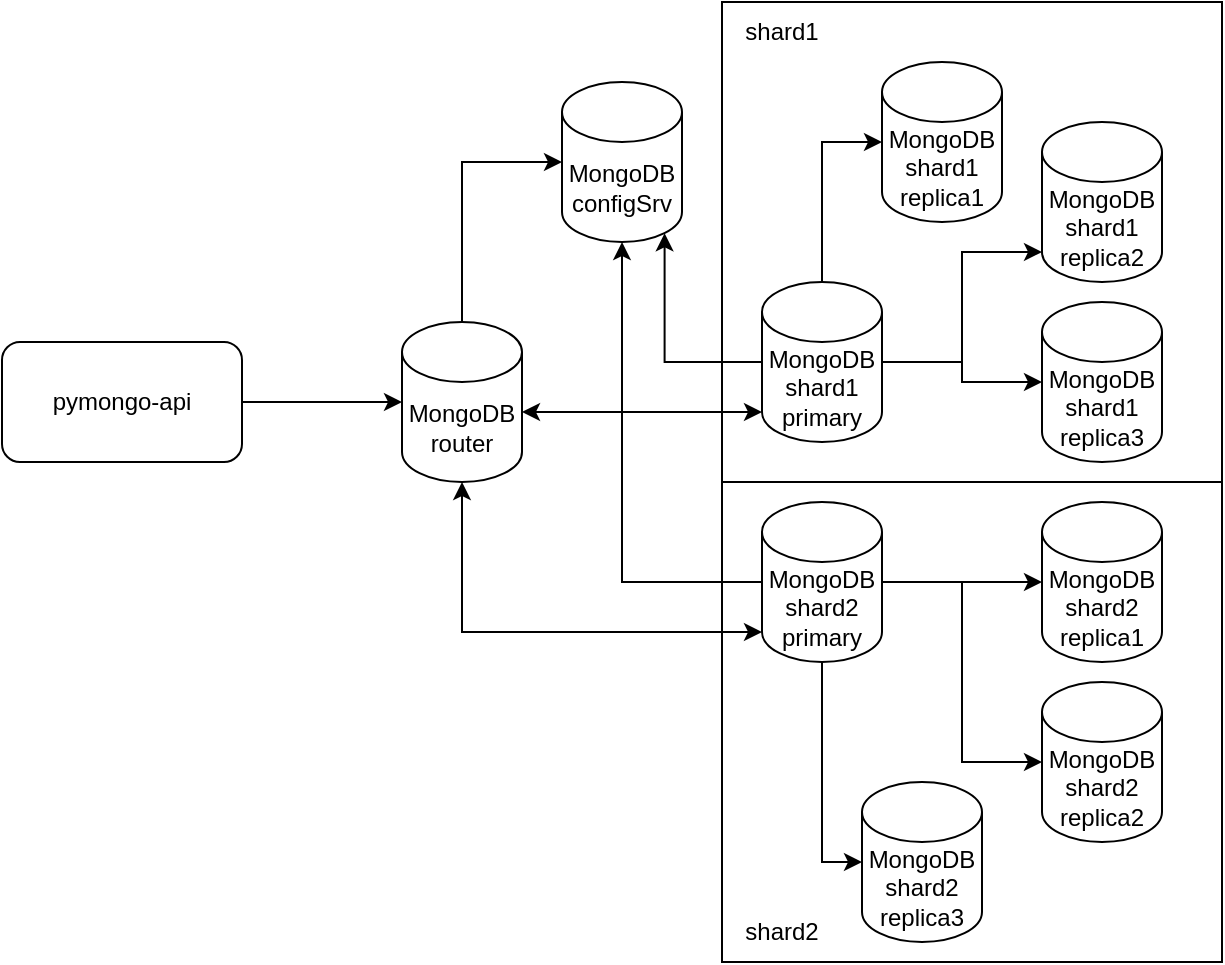
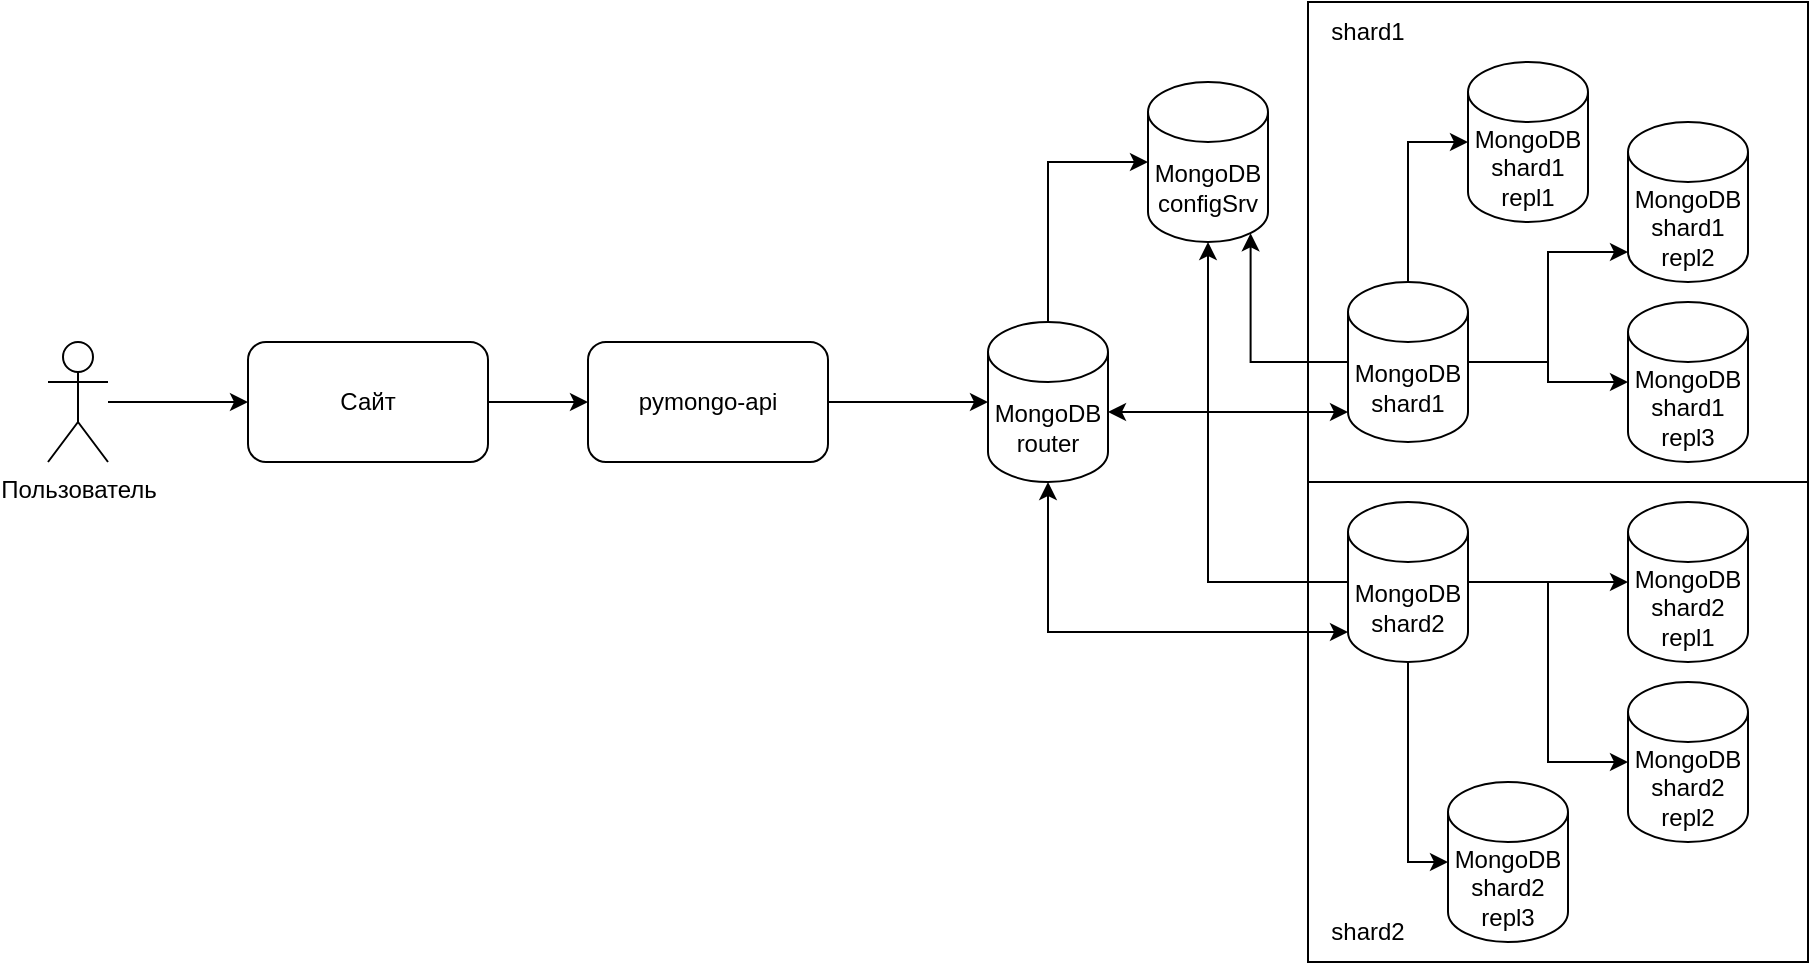
<mxfile host="app.diagrams.net" agent="Mozilla/5.0 (Macintosh; Intel Mac OS X 10_15_7) AppleWebKit/537.36 (KHTML, like Gecko) Chrome/134.0.0.0 YaBrowser/25.4.0.0 Safari/537.36" version="27.1.1">
  <diagram name="Page-1" id="-H_mtQnk-PTXWXPvYvuk">
    <mxGraphModel dx="786" dy="434" grid="1" gridSize="10" guides="1" tooltips="1" connect="1" arrows="1" fold="1" page="1" pageScale="1" pageWidth="1169" pageHeight="827" math="0" shadow="0">
      <root>
        <mxCell id="0" />
        <mxCell id="1" parent="0" />
-         <mxCell id="jXyv-CoIJQ1HQ3xbFtJq-2" value="" style="rounded=0;whiteSpace=wrap;html=1;" vertex="1" parent="1">
+         <mxCell id="jXyv-CoIJQ1HQ3xbFtJq-2" value="" style="rounded=0;whiteSpace=wrap;html=1;" parent="1" vertex="1">
          <mxGeometry x="720" y="360" width="250" height="240" as="geometry" />
        </mxCell>
-         <mxCell id="jXyv-CoIJQ1HQ3xbFtJq-1" value="" style="rounded=0;whiteSpace=wrap;html=1;" vertex="1" parent="1">
+         <mxCell id="jXyv-CoIJQ1HQ3xbFtJq-1" value="" style="rounded=0;whiteSpace=wrap;html=1;" parent="1" vertex="1">
          <mxGeometry x="720" y="120" width="250" height="240" as="geometry" />
        </mxCell>
        <mxCell id="zA23MoTUsTF4_91t8viU-2" value="MongoDB&lt;div&gt;router&lt;/div&gt;" style="shape=cylinder3;whiteSpace=wrap;html=1;boundedLbl=1;backgroundOutline=1;size=15;" parent="1" vertex="1">
          <mxGeometry x="560" y="280" width="60" height="80" as="geometry" />
        </mxCell>
        <mxCell id="zA23MoTUsTF4_91t8viU-3" value="pymongo-api" style="rounded=1;whiteSpace=wrap;html=1;" parent="1" vertex="1">
          <mxGeometry x="360" y="290" width="120" height="60" as="geometry" />
        </mxCell>
        <mxCell id="zA23MoTUsTF4_91t8viU-4" style="edgeStyle=orthogonalEdgeStyle;rounded=0;orthogonalLoop=1;jettySize=auto;html=1;exitX=1;exitY=0.5;exitDx=0;exitDy=0;entryX=0;entryY=0.5;entryDx=0;entryDy=0;entryPerimeter=0;" parent="1" source="zA23MoTUsTF4_91t8viU-3" target="zA23MoTUsTF4_91t8viU-2" edge="1">
          <mxGeometry relative="1" as="geometry" />
        </mxCell>
        <mxCell id="AVGbyAcTS6kZ9O5piN1C-1" value="MongoDB&lt;div&gt;configSrv&lt;/div&gt;" style="shape=cylinder3;whiteSpace=wrap;html=1;boundedLbl=1;backgroundOutline=1;size=15;" parent="1" vertex="1">
          <mxGeometry x="640" y="160" width="60" height="80" as="geometry" />
        </mxCell>
        <mxCell id="xZHQX0f48RQbcs6oGTOz-9" style="edgeStyle=orthogonalEdgeStyle;rounded=0;orthogonalLoop=1;jettySize=auto;html=1;" parent="1" source="AVGbyAcTS6kZ9O5piN1C-2" target="xZHQX0f48RQbcs6oGTOz-6" edge="1">
          <mxGeometry relative="1" as="geometry" />
        </mxCell>
-         <mxCell id="AVGbyAcTS6kZ9O5piN1C-2" value="MongoDB&lt;div&gt;shard1&lt;/div&gt;&lt;div&gt;primary&lt;/div&gt;" style="shape=cylinder3;whiteSpace=wrap;html=1;boundedLbl=1;backgroundOutline=1;size=15;" parent="1" vertex="1">
+         <mxCell id="AVGbyAcTS6kZ9O5piN1C-2" value="MongoDB&lt;div&gt;shard1&lt;/div&gt;" style="shape=cylinder3;whiteSpace=wrap;html=1;boundedLbl=1;backgroundOutline=1;size=15;" parent="1" vertex="1">
          <mxGeometry x="740" y="260" width="60" height="80" as="geometry" />
        </mxCell>
-         <mxCell id="AVGbyAcTS6kZ9O5piN1C-3" value="MongoDB&lt;div&gt;shard2&lt;/div&gt;&lt;div&gt;primary&lt;/div&gt;" style="shape=cylinder3;whiteSpace=wrap;html=1;boundedLbl=1;backgroundOutline=1;size=15;" parent="1" vertex="1">
+         <mxCell id="AVGbyAcTS6kZ9O5piN1C-3" value="MongoDB&lt;div&gt;shard2&lt;/div&gt;" style="shape=cylinder3;whiteSpace=wrap;html=1;boundedLbl=1;backgroundOutline=1;size=15;" parent="1" vertex="1">
          <mxGeometry x="740" y="370" width="60" height="80" as="geometry" />
        </mxCell>
        <mxCell id="AVGbyAcTS6kZ9O5piN1C-4" style="edgeStyle=orthogonalEdgeStyle;rounded=0;orthogonalLoop=1;jettySize=auto;html=1;entryX=0;entryY=0.5;entryDx=0;entryDy=0;entryPerimeter=0;exitX=0.5;exitY=0;exitDx=0;exitDy=0;exitPerimeter=0;" parent="1" source="zA23MoTUsTF4_91t8viU-2" target="AVGbyAcTS6kZ9O5piN1C-1" edge="1">
          <mxGeometry relative="1" as="geometry">
            <Array as="points">
              <mxPoint x="590" y="200" />
            </Array>
          </mxGeometry>
        </mxCell>
        <mxCell id="AVGbyAcTS6kZ9O5piN1C-5" style="edgeStyle=orthogonalEdgeStyle;rounded=0;orthogonalLoop=1;jettySize=auto;html=1;entryX=0.855;entryY=1;entryDx=0;entryDy=-4.35;entryPerimeter=0;" parent="1" source="AVGbyAcTS6kZ9O5piN1C-2" target="AVGbyAcTS6kZ9O5piN1C-1" edge="1">
          <mxGeometry relative="1" as="geometry" />
        </mxCell>
        <mxCell id="AVGbyAcTS6kZ9O5piN1C-6" style="edgeStyle=orthogonalEdgeStyle;rounded=0;orthogonalLoop=1;jettySize=auto;html=1;entryX=0.5;entryY=1;entryDx=0;entryDy=0;entryPerimeter=0;" parent="1" source="AVGbyAcTS6kZ9O5piN1C-3" target="AVGbyAcTS6kZ9O5piN1C-1" edge="1">
          <mxGeometry relative="1" as="geometry" />
        </mxCell>
        <mxCell id="AVGbyAcTS6kZ9O5piN1C-7" style="edgeStyle=orthogonalEdgeStyle;rounded=0;orthogonalLoop=1;jettySize=auto;html=1;entryX=0;entryY=1;entryDx=0;entryDy=-15;entryPerimeter=0;startArrow=classic;startFill=1;" parent="1" source="zA23MoTUsTF4_91t8viU-2" target="AVGbyAcTS6kZ9O5piN1C-2" edge="1">
          <mxGeometry relative="1" as="geometry">
            <Array as="points">
              <mxPoint x="720" y="325" />
              <mxPoint x="720" y="325" />
            </Array>
          </mxGeometry>
        </mxCell>
        <mxCell id="AVGbyAcTS6kZ9O5piN1C-8" style="edgeStyle=orthogonalEdgeStyle;rounded=0;orthogonalLoop=1;jettySize=auto;html=1;entryX=0;entryY=1;entryDx=0;entryDy=-15;entryPerimeter=0;startArrow=classic;startFill=1;" parent="1" source="zA23MoTUsTF4_91t8viU-2" target="AVGbyAcTS6kZ9O5piN1C-3" edge="1">
          <mxGeometry relative="1" as="geometry">
            <Array as="points">
              <mxPoint x="590" y="435" />
            </Array>
          </mxGeometry>
        </mxCell>
-         <mxCell id="xZHQX0f48RQbcs6oGTOz-1" value="MongoDB&lt;div&gt;shard1&lt;/div&gt;&lt;div&gt;replica1&lt;/div&gt;" style="shape=cylinder3;whiteSpace=wrap;html=1;boundedLbl=1;backgroundOutline=1;size=15;" parent="1" vertex="1">
+         <mxCell id="xZHQX0f48RQbcs6oGTOz-1" value="MongoDB&lt;div&gt;shard1&lt;/div&gt;&lt;div&gt;repl1&lt;/div&gt;" style="shape=cylinder3;whiteSpace=wrap;html=1;boundedLbl=1;backgroundOutline=1;size=15;" parent="1" vertex="1">
          <mxGeometry x="800" y="150" width="60" height="80" as="geometry" />
        </mxCell>
-         <mxCell id="xZHQX0f48RQbcs6oGTOz-2" value="MongoDB&lt;div&gt;shard2&lt;/div&gt;&lt;div&gt;replica3&lt;/div&gt;" style="shape=cylinder3;whiteSpace=wrap;html=1;boundedLbl=1;backgroundOutline=1;size=15;" parent="1" vertex="1">
+         <mxCell id="xZHQX0f48RQbcs6oGTOz-2" value="MongoDB&lt;div&gt;shard2&lt;/div&gt;&lt;div&gt;repl3&lt;/div&gt;" style="shape=cylinder3;whiteSpace=wrap;html=1;boundedLbl=1;backgroundOutline=1;size=15;" parent="1" vertex="1">
          <mxGeometry x="790" y="510" width="60" height="80" as="geometry" />
        </mxCell>
-         <mxCell id="xZHQX0f48RQbcs6oGTOz-5" value="MongoDB&lt;div&gt;shard1&lt;/div&gt;&lt;div&gt;replica2&lt;/div&gt;" style="shape=cylinder3;whiteSpace=wrap;html=1;boundedLbl=1;backgroundOutline=1;size=15;" parent="1" vertex="1">
+         <mxCell id="xZHQX0f48RQbcs6oGTOz-5" value="MongoDB&lt;div&gt;shard1&lt;/div&gt;&lt;div&gt;repl2&lt;/div&gt;" style="shape=cylinder3;whiteSpace=wrap;html=1;boundedLbl=1;backgroundOutline=1;size=15;" parent="1" vertex="1">
          <mxGeometry x="880" y="180" width="60" height="80" as="geometry" />
        </mxCell>
-         <mxCell id="xZHQX0f48RQbcs6oGTOz-6" value="MongoDB&lt;div&gt;shard1&lt;/div&gt;&lt;div&gt;replica3&lt;/div&gt;" style="shape=cylinder3;whiteSpace=wrap;html=1;boundedLbl=1;backgroundOutline=1;size=15;" parent="1" vertex="1">
+         <mxCell id="xZHQX0f48RQbcs6oGTOz-6" value="MongoDB&lt;div&gt;shard1&lt;/div&gt;&lt;div&gt;repl3&lt;/div&gt;" style="shape=cylinder3;whiteSpace=wrap;html=1;boundedLbl=1;backgroundOutline=1;size=15;" parent="1" vertex="1">
          <mxGeometry x="880" y="270" width="60" height="80" as="geometry" />
        </mxCell>
        <mxCell id="xZHQX0f48RQbcs6oGTOz-7" style="edgeStyle=orthogonalEdgeStyle;rounded=0;orthogonalLoop=1;jettySize=auto;html=1;entryX=0;entryY=0.5;entryDx=0;entryDy=0;entryPerimeter=0;" parent="1" source="AVGbyAcTS6kZ9O5piN1C-2" target="xZHQX0f48RQbcs6oGTOz-1" edge="1">
          <mxGeometry relative="1" as="geometry" />
        </mxCell>
        <mxCell id="xZHQX0f48RQbcs6oGTOz-8" style="edgeStyle=orthogonalEdgeStyle;rounded=0;orthogonalLoop=1;jettySize=auto;html=1;entryX=0;entryY=1;entryDx=0;entryDy=-15;entryPerimeter=0;" parent="1" source="AVGbyAcTS6kZ9O5piN1C-2" target="xZHQX0f48RQbcs6oGTOz-5" edge="1">
          <mxGeometry relative="1" as="geometry" />
        </mxCell>
-         <mxCell id="xZHQX0f48RQbcs6oGTOz-10" value="MongoDB&lt;div&gt;shard2&lt;/div&gt;&lt;div&gt;replica2&lt;/div&gt;" style="shape=cylinder3;whiteSpace=wrap;html=1;boundedLbl=1;backgroundOutline=1;size=15;" parent="1" vertex="1">
+         <mxCell id="xZHQX0f48RQbcs6oGTOz-10" value="MongoDB&lt;div&gt;shard2&lt;/div&gt;&lt;div&gt;repl2&lt;/div&gt;" style="shape=cylinder3;whiteSpace=wrap;html=1;boundedLbl=1;backgroundOutline=1;size=15;" parent="1" vertex="1">
          <mxGeometry x="880" y="460" width="60" height="80" as="geometry" />
        </mxCell>
-         <mxCell id="xZHQX0f48RQbcs6oGTOz-11" value="MongoDB&lt;div&gt;shard2&lt;/div&gt;&lt;div&gt;replica1&lt;/div&gt;" style="shape=cylinder3;whiteSpace=wrap;html=1;boundedLbl=1;backgroundOutline=1;size=15;" parent="1" vertex="1">
+         <mxCell id="xZHQX0f48RQbcs6oGTOz-11" value="MongoDB&lt;div&gt;shard2&lt;/div&gt;&lt;div&gt;repl1&lt;/div&gt;" style="shape=cylinder3;whiteSpace=wrap;html=1;boundedLbl=1;backgroundOutline=1;size=15;" parent="1" vertex="1">
          <mxGeometry x="880" y="370" width="60" height="80" as="geometry" />
        </mxCell>
        <mxCell id="xZHQX0f48RQbcs6oGTOz-12" style="edgeStyle=orthogonalEdgeStyle;rounded=0;orthogonalLoop=1;jettySize=auto;html=1;entryX=0;entryY=0.5;entryDx=0;entryDy=0;entryPerimeter=0;" parent="1" source="AVGbyAcTS6kZ9O5piN1C-3" target="xZHQX0f48RQbcs6oGTOz-2" edge="1">
          <mxGeometry relative="1" as="geometry" />
        </mxCell>
        <mxCell id="xZHQX0f48RQbcs6oGTOz-13" style="edgeStyle=orthogonalEdgeStyle;rounded=0;orthogonalLoop=1;jettySize=auto;html=1;entryX=0;entryY=0.5;entryDx=0;entryDy=0;entryPerimeter=0;" parent="1" source="AVGbyAcTS6kZ9O5piN1C-3" target="xZHQX0f48RQbcs6oGTOz-11" edge="1">
          <mxGeometry relative="1" as="geometry" />
        </mxCell>
        <mxCell id="xZHQX0f48RQbcs6oGTOz-14" style="edgeStyle=orthogonalEdgeStyle;rounded=0;orthogonalLoop=1;jettySize=auto;html=1;entryX=0;entryY=0.5;entryDx=0;entryDy=0;entryPerimeter=0;" parent="1" source="AVGbyAcTS6kZ9O5piN1C-3" target="xZHQX0f48RQbcs6oGTOz-10" edge="1">
          <mxGeometry relative="1" as="geometry" />
        </mxCell>
-         <mxCell id="jXyv-CoIJQ1HQ3xbFtJq-3" value="shard1" style="text;html=1;align=center;verticalAlign=middle;whiteSpace=wrap;rounded=0;" vertex="1" parent="1">
+         <mxCell id="jXyv-CoIJQ1HQ3xbFtJq-3" value="shard1" style="text;html=1;align=center;verticalAlign=middle;whiteSpace=wrap;rounded=0;" parent="1" vertex="1">
          <mxGeometry x="720" y="120" width="60" height="30" as="geometry" />
        </mxCell>
-         <mxCell id="jXyv-CoIJQ1HQ3xbFtJq-4" value="shard2" style="text;html=1;align=center;verticalAlign=middle;whiteSpace=wrap;rounded=0;" vertex="1" parent="1">
+         <mxCell id="jXyv-CoIJQ1HQ3xbFtJq-4" value="shard2" style="text;html=1;align=center;verticalAlign=middle;whiteSpace=wrap;rounded=0;" parent="1" vertex="1">
          <mxGeometry x="720" y="570" width="60" height="30" as="geometry" />
+         </mxCell>
+         <mxCell id="nu3L5i_j3Z-jJHd84DcH-2" style="edgeStyle=orthogonalEdgeStyle;rounded=0;orthogonalLoop=1;jettySize=auto;html=1;entryX=0;entryY=0.5;entryDx=0;entryDy=0;" parent="1" source="nu3L5i_j3Z-jJHd84DcH-1" target="zA23MoTUsTF4_91t8viU-3" edge="1">
+           <mxGeometry relative="1" as="geometry" />
+         </mxCell>
+         <mxCell id="nu3L5i_j3Z-jJHd84DcH-1" value="Сайт" style="rounded=1;whiteSpace=wrap;html=1;" parent="1" vertex="1">
+           <mxGeometry x="190" y="290" width="120" height="60" as="geometry" />
+         </mxCell>
+         <mxCell id="nu3L5i_j3Z-jJHd84DcH-4" style="edgeStyle=orthogonalEdgeStyle;rounded=0;orthogonalLoop=1;jettySize=auto;html=1;entryX=0;entryY=0.5;entryDx=0;entryDy=0;" parent="1" source="nu3L5i_j3Z-jJHd84DcH-3" target="nu3L5i_j3Z-jJHd84DcH-1" edge="1">
+           <mxGeometry relative="1" as="geometry" />
+         </mxCell>
+         <mxCell id="nu3L5i_j3Z-jJHd84DcH-3" value="Пользователь" style="shape=umlActor;verticalLabelPosition=bottom;verticalAlign=top;html=1;outlineConnect=0;" parent="1" vertex="1">
+           <mxGeometry x="90" y="290" width="30" height="60" as="geometry" />
        </mxCell>
      </root>
    </mxGraphModel>
  </diagram>
</mxfile>
